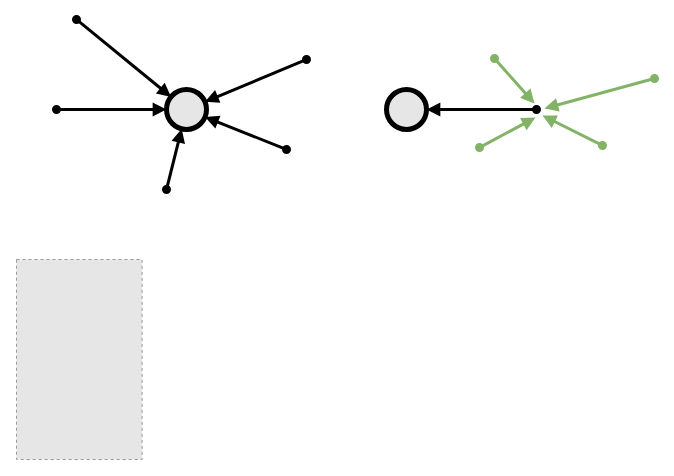
RedFoxAtAsleep/app.diagram.net keeps this draw.io diagram as linux.drawio. Above is the earlier version. Source tidied: cells renumbered, new cells numbered last; positions are measured from the earlier drawing's top-left corner, leaving out a move shared by most shapes. Both pictures are drawn from the tidied source at 100%, with x=0, y=0 at pixel (16, 19). Pictures stored in the file or linked from it are replaced by grey dashed boxes.
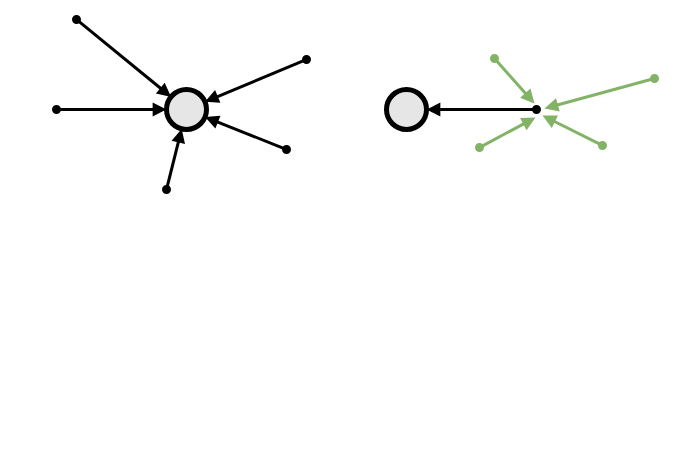
Above is the later version.

What changed in the source:
```diff
@@
-    <mxCell id="16" style="group;" parent="1" vertex="1">
-      <mxGeometry y="240" width="500" height="200" as="geometry" />
-    </mxCell>
-    <mxCell id="17" style="rounded=0;whiteSpace=wrap;html=1;strokeColor=none;" parent="16" vertex="1">
-      <mxGeometry width="500" height="200" as="geometry" />
-    </mxCell>
-    <mxCell id="18" style="fillColor=#E6E6E6;strokeColor=#999999;dashed=1;verticalLabelPosition=bottom;labelBackgroundColor=#ffffff;verticalAlign=top;" parent="16" vertex="1">
-      <mxGeometry width="125.6" height="200" as="geometry" />
-    </mxCell>
```
